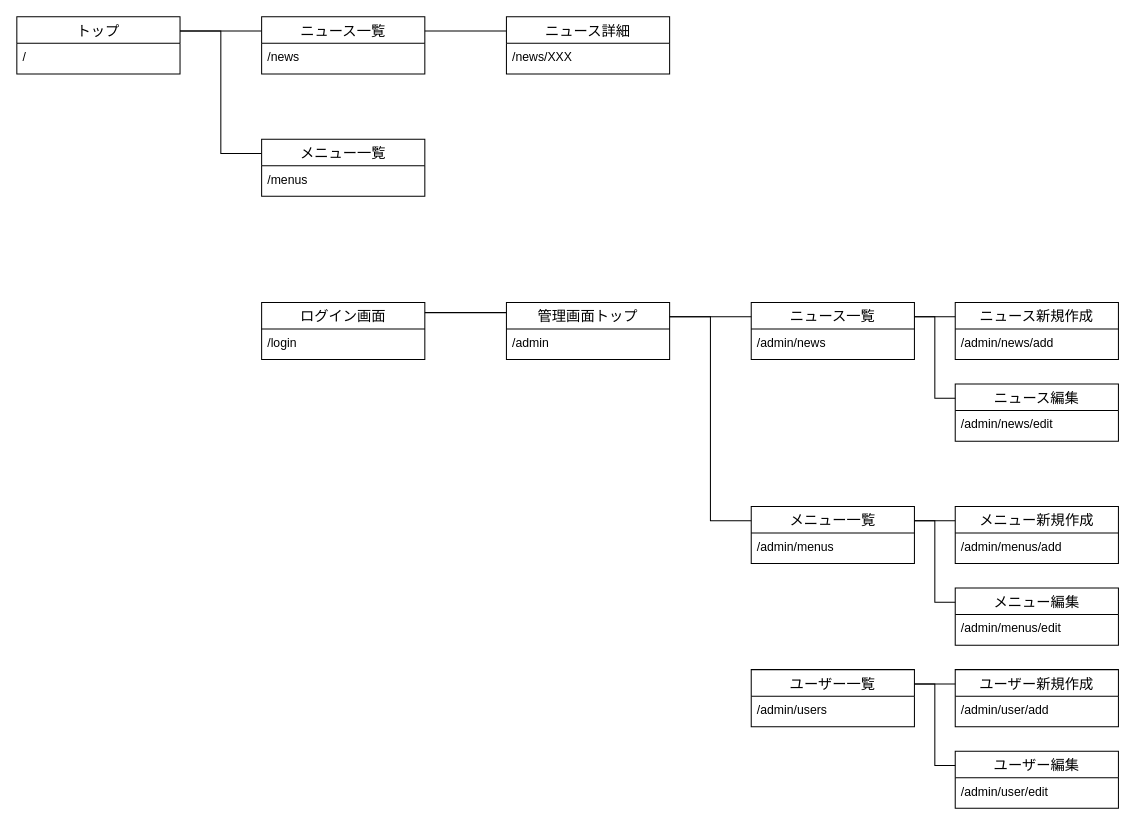
Before: page "Page-2" (2 of 2) of er.drawio in rixcx/cakephp-site, a draw.io diagram. Source tidied: cells renumbered, new cells numbered last; positions are measured from the earlier drawing's top-left corner, leaving out a move shared by most shapes. Both pictures are drawn from the tidied source at 102%, with x=0, y=0 at pixel (16, 16).
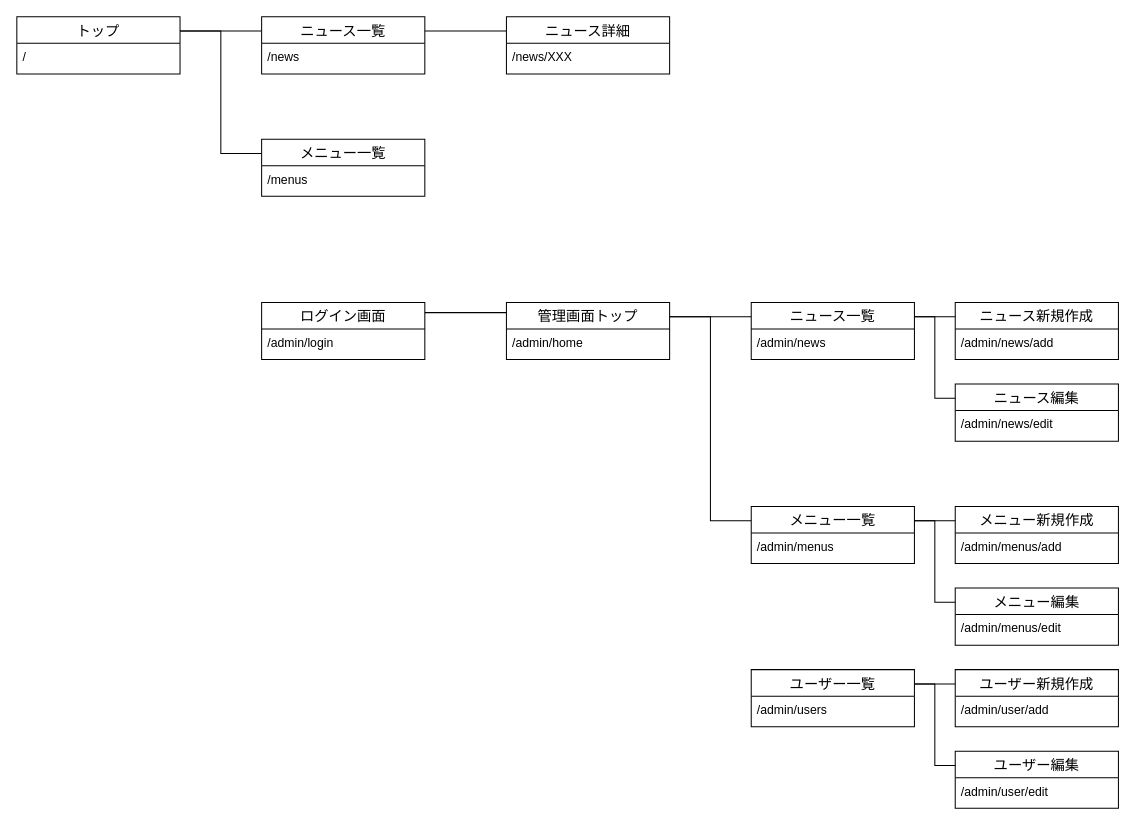
The same page after the edit.

Commit message (it also covers changes not shown here):
[admin] set AuthComponent

The change refers to these unchanged cells:
```xml
<mxCell id="13" value="ログイン画面" style="swimlane;fontStyle=0;horizontal=1;startSize=26;align=center;fontSize=14;" parent="1" vertex="1">
  <mxGeometry x="240" y="280" width="160" height="56" as="geometry" />
</mxCell>
<mxCell id="15" value="管理画面トップ" style="swimlane;fontStyle=0;horizontal=1;startSize=26;align=center;fontSize=14;" parent="1" vertex="1">
  <mxGeometry x="480" y="280" width="160" height="56" as="geometry" />
</mxCell>
```

The edit, as a diff of the source:
```diff
@@
-    <mxCell id="14" value="/login" style="text;strokeColor=none;fillColor=none;spacingLeft=4;spacingRight=4;overflow=hidden;fontSize=12;" parent="13" vertex="1">
+    <mxCell id="14" value="/admin/login" style="text;strokeColor=none;fillColor=none;spacingLeft=4;spacingRight=4;overflow=hidden;fontSize=12;" parent="13" vertex="1">
       <mxGeometry y="26" width="160" height="30" as="geometry" />
     </mxCell>
@@
-    <mxCell id="16" value="/admin" style="text;strokeColor=none;fillColor=none;spacingLeft=4;spacingRight=4;overflow=hidden;fontSize=12;" parent="15" vertex="1">
+    <mxCell id="16" value="/admin/home" style="text;strokeColor=none;fillColor=none;spacingLeft=4;spacingRight=4;overflow=hidden;fontSize=12;" parent="15" vertex="1">
       <mxGeometry y="26" width="160" height="30" as="geometry" />
     </mxCell>
```
